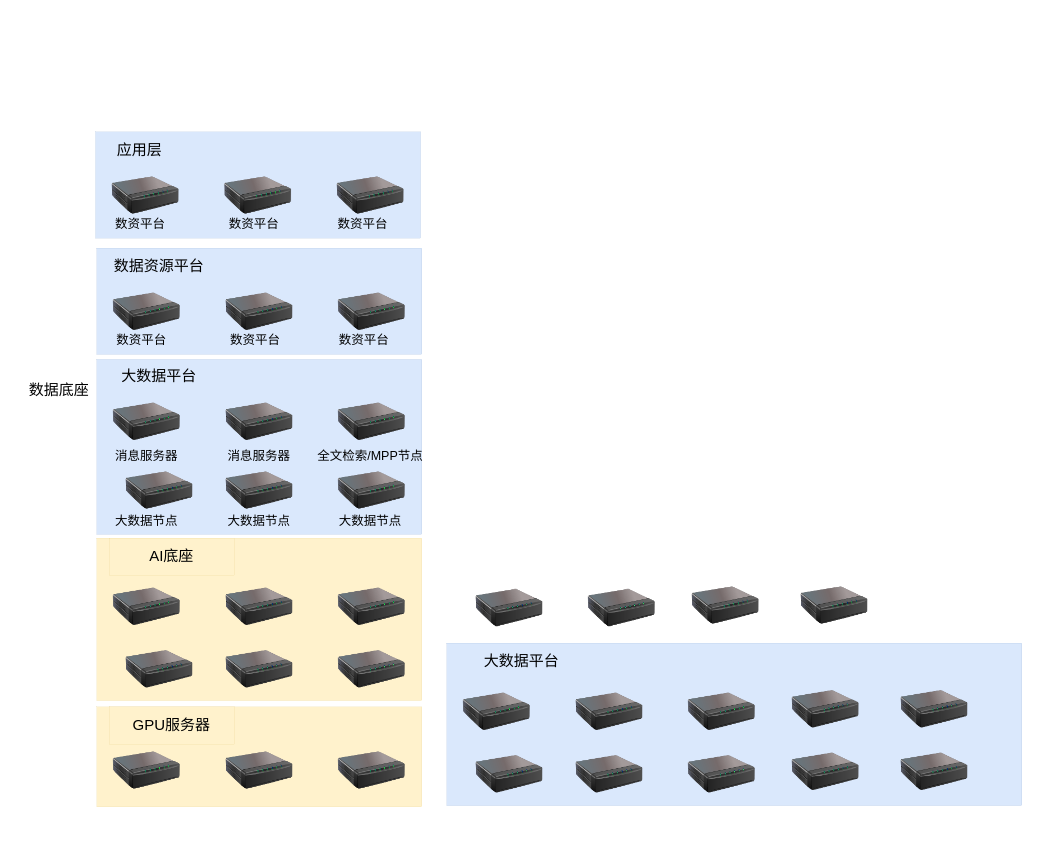
This is page "第 1 页" (1 of 5) of 20230326.drawio from bj-ehualu/drawio, a draw.io file, before an edit. Source tidied: cells renumbered, new cells numbered last; positions are measured from the earlier drawing's top-left corner, leaving out a move shared by most shapes. Both pictures are drawn from the tidied source at 125%, with x=0, y=0 at pixel (21, 131).
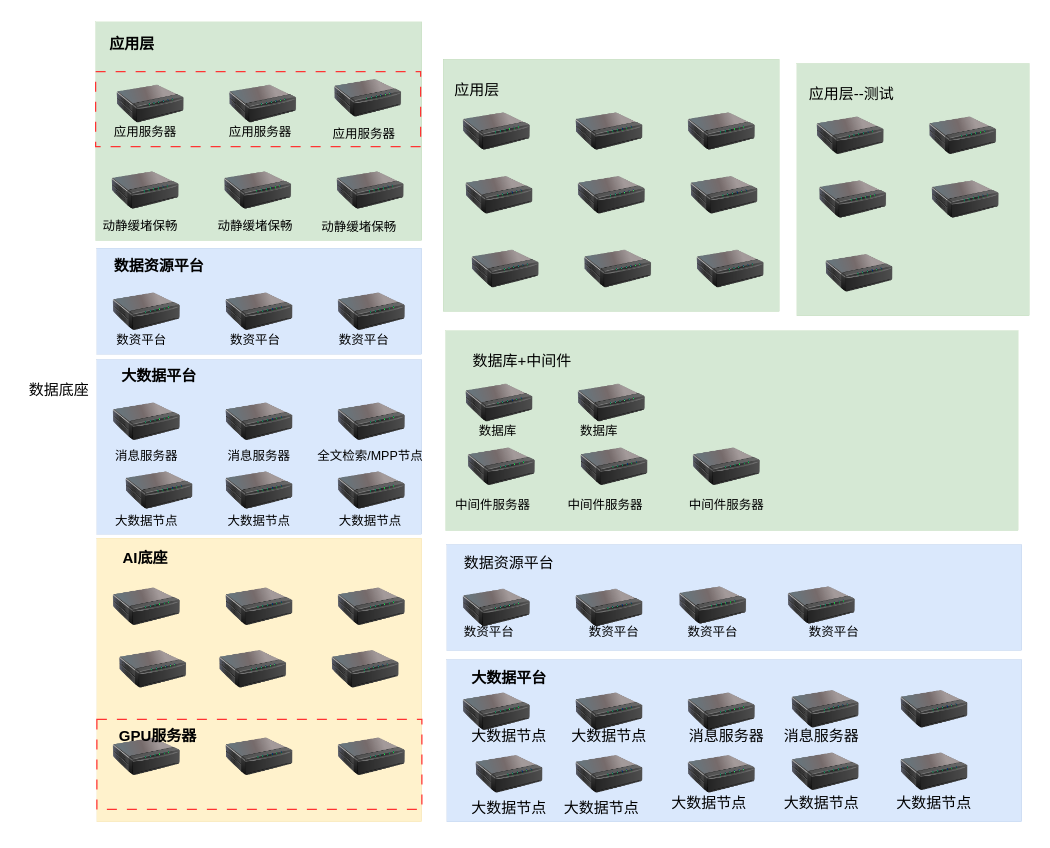
After the change.

What changed in the source:
```diff
@@
+    <mxCell id="16" style="rounded=0;whiteSpace=wrap;html=1;fillColor=#fff2cc;strokeColor=#d6b656;strokeWidth=0;" parent="1" vertex="1">
+      <mxGeometry x="60" y="325" width="260" height="227" as="geometry" />
+    </mxCell>
+    <mxCell id="54" style="rounded=0;whiteSpace=wrap;html=1;fillColor=#d5e8d4;strokeColor=#82b366;strokeWidth=0;" parent="1" vertex="1">
+      <mxGeometry x="59" y="-88" width="261" height="175" as="geometry" />
+    </mxCell>
+    <mxCell id="62" style="rounded=0;whiteSpace=wrap;html=1;dashed=1;dashPattern=8 8;strokeColor=#FF3333;fillColor=none;" parent="1" vertex="1">
+      <mxGeometry x="59" y="-48.2" width="260" height="60" as="geometry" />
+    </mxCell>
+    <mxCell id="63" style="rounded=0;whiteSpace=wrap;html=1;dashed=1;dashPattern=8 8;strokeColor=#FF3333;fillColor=none;" parent="1" vertex="1">
+      <mxGeometry x="60" y="470" width="260" height="72" as="geometry" />
+    </mxCell>
+    <mxCell id="64" style="rounded=0;whiteSpace=wrap;html=1;fillColor=#dae8fc;strokeColor=#6c8ebf;strokeWidth=0;" parent="1" vertex="1">
+      <mxGeometry x="340" y="330" width="460" height="85" as="geometry" />
+    </mxCell>
+    <mxCell id="65" value="数据资源平台" style="text;html=1;align=center;verticalAlign=middle;whiteSpace=wrap;rounded=0;" parent="1" vertex="1">
+      <mxGeometry x="340" y="330" width="100" height="30" as="geometry" />
+    </mxCell>
@@
-    <mxCell id="10" value="大数据平台" style="text;html=1;align=center;verticalAlign=middle;whiteSpace=wrap;rounded=0;" parent="1" vertex="1">
+    <mxCell id="10" value="大数据平台" style="text;html=1;align=center;verticalAlign=middle;whiteSpace=wrap;rounded=0;fontStyle=1;" parent="1" vertex="1">
       <mxGeometry x="60" y="181" width="100" height="30" as="geometry" />
     </mxCell>
@@
-    <mxCell id="15" value="数据资源平台" style="text;html=1;align=center;verticalAlign=middle;whiteSpace=wrap;rounded=0;" parent="1" vertex="1">
+    <mxCell id="15" value="数据资源平台" style="text;html=1;align=center;verticalAlign=middle;whiteSpace=wrap;rounded=0;fontStyle=1;" parent="1" vertex="1">
       <mxGeometry x="60" y="93" width="100" height="30" as="geometry" />
     </mxCell>
-    <mxCell id="16" style="rounded=0;whiteSpace=wrap;html=1;fillColor=#fff2cc;strokeColor=#d6b656;strokeWidth=0;" parent="1" vertex="1">
-      <mxGeometry x="60" y="325" width="260" height="130" as="geometry" />
-    </mxCell>
@@
     <mxCell id="20" style="image;html=1;image=img/lib/clip_art/networking/Print_Server_128x128.png;fillColor=#fff2cc;strokeColor=#d6b656;" parent="1" vertex="1">
-      <mxGeometry x="60" y="415" width="100" height="30" as="geometry" />
+      <mxGeometry x="55" y="415" width="100" height="30" as="geometry" />
     </mxCell>
     <mxCell id="21" style="image;html=1;image=img/lib/clip_art/networking/Print_Server_128x128.png;fillColor=#fff2cc;strokeColor=#d6b656;" parent="1" vertex="1">
-      <mxGeometry x="140" y="415" width="100" height="30" as="geometry" />
+      <mxGeometry x="135" y="415" width="100" height="30" as="geometry" />
     </mxCell>
     <mxCell id="22" style="image;html=1;image=img/lib/clip_art/networking/Print_Server_128x128.png;fillColor=#fff2cc;strokeColor=#d6b656;" parent="1" vertex="1">
-      <mxGeometry x="230" y="415" width="100" height="30" as="geometry" />
+      <mxGeometry x="225" y="415" width="100" height="30" as="geometry" />
     </mxCell>
-    <mxCell id="23" value="AI底座" style="text;html=1;align=center;verticalAlign=middle;whiteSpace=wrap;rounded=0;fillColor=#fff2cc;strokeColor=#d6b656;strokeWidth=0;" parent="1" vertex="1">
-      <mxGeometry x="70" y="325" width="100" height="30" as="geometry" />
+    <mxCell id="23" value="AI底座" style="text;html=1;align=center;verticalAlign=middle;whiteSpace=wrap;rounded=0;fillColor=none;strokeColor=none;strokeWidth=0;fontStyle=1;" parent="1" vertex="1">
+      <mxGeometry x="66" y="326" width="66" height="30" as="geometry" />
     </mxCell>
-    <mxCell id="24" style="rounded=0;whiteSpace=wrap;html=1;fillColor=#fff2cc;strokeColor=#d6b656;strokeWidth=0;" parent="1" vertex="1">
-      <mxGeometry x="60" y="460" width="260" height="80" as="geometry" />
-    </mxCell>
     <mxCell id="25" style="image;html=1;image=img/lib/clip_art/networking/Print_Server_128x128.png;fillColor=#fff2cc;strokeColor=#d6b656;" parent="1" vertex="1">
-      <mxGeometry x="50" y="496" width="100" height="30" as="geometry" />
+      <mxGeometry x="50" y="485" width="100" height="30" as="geometry" />
     </mxCell>
     <mxCell id="26" style="image;html=1;image=img/lib/clip_art/networking/Print_Server_128x128.png;fillColor=#fff2cc;strokeColor=#d6b656;" parent="1" vertex="1">
-      <mxGeometry x="140" y="496" width="100" height="30" as="geometry" />
+      <mxGeometry x="140" y="485" width="100" height="30" as="geometry" />
     </mxCell>
     <mxCell id="27" style="image;html=1;image=img/lib/clip_art/networking/Print_Server_128x128.png;fillColor=#fff2cc;strokeColor=#d6b656;" parent="1" vertex="1">
-      <mxGeometry x="230" y="496" width="100" height="30" as="geometry" />
+      <mxGeometry x="230" y="485" width="100" height="30" as="geometry" />
     </mxCell>
-    <mxCell id="28" value="GPU服务器" style="text;html=1;align=center;verticalAlign=middle;whiteSpace=wrap;rounded=0;fillColor=#fff2cc;strokeColor=#d6b656;strokeWidth=0;" parent="1" vertex="1">
-      <mxGeometry x="70" y="460" width="100" height="30" as="geometry" />
+    <mxCell id="28" value="GPU服务器" style="text;html=1;align=center;verticalAlign=middle;whiteSpace=wrap;rounded=0;fillColor=none;strokeColor=none;strokeWidth=0;fontStyle=1;" parent="1" vertex="1">
+      <mxGeometry x="59" y="469" width="100" height="30" as="geometry" />
     </mxCell>
     <mxCell id="29" style="rounded=0;whiteSpace=wrap;html=1;fillColor=#dae8fc;strokeColor=#6c8ebf;strokeWidth=0;" parent="1" vertex="1">
-      <mxGeometry x="340" y="409" width="460" height="130" as="geometry" />
+      <mxGeometry x="340" y="422" width="460" height="130" as="geometry" />
     </mxCell>
@@
-    <mxCell id="36" value="大数据平台" style="text;html=1;align=center;verticalAlign=middle;whiteSpace=wrap;rounded=0;" parent="1" vertex="1">
-      <mxGeometry x="350" y="409" width="100" height="30" as="geometry" />
+    <mxCell id="36" value="大数据平台" style="text;html=1;align=center;verticalAlign=middle;whiteSpace=wrap;rounded=0;fontStyle=1;" parent="1" vertex="1">
+      <mxGeometry x="340" y="422" width="100" height="30" as="geometry" />
     </mxCell>
@@
     <mxCell id="41" style="image;html=1;image=img/lib/clip_art/networking/Print_Server_128x128.png;" parent="1" vertex="1">
-      <mxGeometry x="340" y="366" width="100" height="30" as="geometry" />
+      <mxGeometry x="330" y="366" width="100" height="30" as="geometry" />
     </mxCell>
     <mxCell id="42" style="image;html=1;image=img/lib/clip_art/networking/Print_Server_128x128.png;" parent="1" vertex="1">
-      <mxGeometry x="430" y="366" width="100" height="30" as="geometry" />
+      <mxGeometry x="420" y="366" width="100" height="30" as="geometry" />
     </mxCell>
     <mxCell id="43" style="image;html=1;image=img/lib/clip_art/networking/Print_Server_128x128.png;" parent="1" vertex="1">
-      <mxGeometry x="513" y="364" width="100" height="30" as="geometry" />
+      <mxGeometry x="503" y="364" width="100" height="30" as="geometry" />
     </mxCell>
     <mxCell id="44" style="image;html=1;image=img/lib/clip_art/networking/Print_Server_128x128.png;" parent="1" vertex="1">
-      <mxGeometry x="600" y="364" width="100" height="30" as="geometry" />
+      <mxGeometry x="590" y="364" width="100" height="30" as="geometry" />
     </mxCell>
@@
-    <mxCell id="54" style="rounded=0;whiteSpace=wrap;html=1;fillColor=#dae8fc;strokeColor=#6c8ebf;strokeWidth=0;" parent="1" vertex="1">
-      <mxGeometry x="59" width="260" height="85" as="geometry" />
-    </mxCell>
-    <mxCell id="55" style="image;html=1;image=img/lib/clip_art/networking/Print_Server_128x128.png;" parent="1" vertex="1">
-      <mxGeometry x="49" y="36" width="100" height="30" as="geometry" />
+    <mxCell id="55" style="image;html=1;image=img/lib/clip_art/networking/Print_Server_128x128.png;fillColor=#d5e8d4;strokeColor=#82b366;" parent="1" vertex="1">
+      <mxGeometry x="49" y="32" width="100" height="30" as="geometry" />
     </mxCell>
-    <mxCell id="56" style="image;html=1;image=img/lib/clip_art/networking/Print_Server_128x128.png;" parent="1" vertex="1">
-      <mxGeometry x="139" y="36" width="100" height="30" as="geometry" />
+    <mxCell id="56" style="image;html=1;image=img/lib/clip_art/networking/Print_Server_128x128.png;fillColor=#d5e8d4;strokeColor=#82b366;" parent="1" vertex="1">
+      <mxGeometry x="139" y="32" width="100" height="30" as="geometry" />
     </mxCell>
-    <mxCell id="57" style="image;html=1;image=img/lib/clip_art/networking/Print_Server_128x128.png;" parent="1" vertex="1">
-      <mxGeometry x="229" y="36" width="100" height="30" as="geometry" />
+    <mxCell id="57" style="image;html=1;image=img/lib/clip_art/networking/Print_Server_128x128.png;fillColor=#d5e8d4;strokeColor=#82b366;" parent="1" vertex="1">
+      <mxGeometry x="229" y="32" width="100" height="30" as="geometry" />
     </mxCell>
-    <mxCell id="58" value="应用层" style="text;html=1;align=center;verticalAlign=middle;whiteSpace=wrap;rounded=0;" parent="1" vertex="1">
-      <mxGeometry x="59" width="71" height="30" as="geometry" />
+    <mxCell id="58" value="应用层" style="text;html=1;align=center;verticalAlign=middle;whiteSpace=wrap;rounded=0;fillColor=none;strokeColor=none;fontStyle=1;" parent="1" vertex="1">
+      <mxGeometry x="53" y="-84.8" width="71" height="30" as="geometry" />
     </mxCell>
-    <mxCell id="59" value="数资平台" style="text;html=1;align=center;verticalAlign=middle;whiteSpace=wrap;rounded=0;fontSize=10;" parent="1" vertex="1">
-      <mxGeometry x="45" y="58" width="100" height="30" as="geometry" />
+    <mxCell id="59" value="动静缓堵保畅" style="text;html=1;align=center;verticalAlign=middle;whiteSpace=wrap;rounded=0;fontSize=10;fillColor=none;strokeColor=none;" parent="1" vertex="1">
+      <mxGeometry x="45" y="60" width="100" height="30" as="geometry" />
     </mxCell>
-    <mxCell id="60" value="数资平台" style="text;html=1;align=center;verticalAlign=middle;whiteSpace=wrap;rounded=0;fontSize=10;" parent="1" vertex="1">
-      <mxGeometry x="136" y="58" width="100" height="30" as="geometry" />
-    </mxCell>
-    <mxCell id="61" value="数资平台" style="text;html=1;align=center;verticalAlign=middle;whiteSpace=wrap;rounded=0;fontSize=10;" parent="1" vertex="1">
-      <mxGeometry x="223" y="58" width="100" height="30" as="geometry" />
-    </mxCell>
+    <mxCell id="66" value="动静缓堵保畅" style="text;html=1;align=center;verticalAlign=middle;whiteSpace=wrap;rounded=0;fontSize=10;fillColor=none;strokeColor=none;" parent="1" vertex="1">
+      <mxGeometry x="137" y="60" width="100" height="30" as="geometry" />
+    </mxCell>
+    <mxCell id="67" value="动静缓堵保畅" style="text;html=1;align=center;verticalAlign=middle;whiteSpace=wrap;rounded=0;fontSize=10;fillColor=none;strokeColor=none;" parent="1" vertex="1">
+      <mxGeometry x="220" y="60" width="100" height="32" as="geometry" />
+    </mxCell>
+    <mxCell id="68" value="大数据节点" style="text;html=1;align=center;verticalAlign=middle;whiteSpace=wrap;rounded=0;" parent="1" vertex="1">
+      <mxGeometry x="340" y="469" width="100" height="30" as="geometry" />
+    </mxCell>
+    <mxCell id="69" value="大数据节点" style="text;html=1;align=center;verticalAlign=middle;whiteSpace=wrap;rounded=0;" parent="1" vertex="1">
+      <mxGeometry x="340" y="526" width="100" height="30" as="geometry" />
+    </mxCell>
+    <mxCell id="70" value="大数据节点" style="text;html=1;align=center;verticalAlign=middle;whiteSpace=wrap;rounded=0;" parent="1" vertex="1">
+      <mxGeometry x="414" y="526" width="100" height="30" as="geometry" />
+    </mxCell>
+    <mxCell id="71" value="大数据节点" style="text;html=1;align=center;verticalAlign=middle;whiteSpace=wrap;rounded=0;" parent="1" vertex="1">
+      <mxGeometry x="500" y="522" width="100" height="30" as="geometry" />
+    </mxCell>
+    <mxCell id="72" value="大数据节点" style="text;html=1;align=center;verticalAlign=middle;whiteSpace=wrap;rounded=0;" parent="1" vertex="1">
+      <mxGeometry x="590" y="522" width="100" height="30" as="geometry" />
+    </mxCell>
+    <mxCell id="73" value="大数据节点" style="text;html=1;align=center;verticalAlign=middle;whiteSpace=wrap;rounded=0;" parent="1" vertex="1">
+      <mxGeometry x="680" y="522" width="100" height="30" as="geometry" />
+    </mxCell>
+    <mxCell id="74" value="大数据节点" style="text;html=1;align=center;verticalAlign=middle;whiteSpace=wrap;rounded=0;" parent="1" vertex="1">
+      <mxGeometry x="420" y="469" width="100" height="30" as="geometry" />
+    </mxCell>
+    <mxCell id="75" value="消息服务器" style="text;html=1;align=center;verticalAlign=middle;whiteSpace=wrap;rounded=0;" parent="1" vertex="1">
+      <mxGeometry x="514" y="469" width="100" height="30" as="geometry" />
+    </mxCell>
+    <mxCell id="76" value="消息服务器" style="text;html=1;align=center;verticalAlign=middle;whiteSpace=wrap;rounded=0;" parent="1" vertex="1">
+      <mxGeometry x="590" y="469" width="100" height="30" as="geometry" />
+    </mxCell>
+    <mxCell id="77" style="rounded=0;whiteSpace=wrap;html=1;fillColor=#d5e8d4;strokeColor=#82b366;strokeWidth=0;" parent="1" vertex="1">
+      <mxGeometry x="337" y="-58.2" width="269" height="202" as="geometry" />
+    </mxCell>
+    <mxCell id="78" style="image;html=1;image=img/lib/clip_art/networking/Print_Server_128x128.png;fillColor=#d5e8d4;strokeColor=#82b366;" parent="1" vertex="1">
+      <mxGeometry x="330" y="-15.2" width="100" height="30" as="geometry" />
+    </mxCell>
+    <mxCell id="79" style="image;html=1;image=img/lib/clip_art/networking/Print_Server_128x128.png;fillColor=#d5e8d4;strokeColor=#82b366;" parent="1" vertex="1">
+      <mxGeometry x="420" y="-15.2" width="100" height="30" as="geometry" />
+    </mxCell>
+    <mxCell id="80" style="image;html=1;image=img/lib/clip_art/networking/Print_Server_128x128.png;fillColor=#d5e8d4;strokeColor=#82b366;" parent="1" vertex="1">
+      <mxGeometry x="510" y="-15.2" width="100" height="30" as="geometry" />
+    </mxCell>
+    <mxCell id="81" value="应用层" style="text;html=1;align=center;verticalAlign=middle;whiteSpace=wrap;rounded=0;fillColor=none;strokeColor=none;" parent="1" vertex="1">
+      <mxGeometry x="329" y="-48.2" width="71" height="30" as="geometry" />
+    </mxCell>
+    <mxCell id="82" style="image;html=1;image=img/lib/clip_art/networking/Print_Server_128x128.png;fillColor=#d5e8d4;strokeColor=#82b366;" parent="1" vertex="1">
+      <mxGeometry x="332" y="35.8" width="100" height="30" as="geometry" />
+    </mxCell>
+    <mxCell id="83" style="image;html=1;image=img/lib/clip_art/networking/Print_Server_128x128.png;fillColor=#d5e8d4;strokeColor=#82b366;" parent="1" vertex="1">
+      <mxGeometry x="422" y="35.8" width="100" height="30" as="geometry" />
+    </mxCell>
+    <mxCell id="84" style="image;html=1;image=img/lib/clip_art/networking/Print_Server_128x128.png;fillColor=#d5e8d4;strokeColor=#82b366;" parent="1" vertex="1">
+      <mxGeometry x="512" y="35.8" width="100" height="30" as="geometry" />
+    </mxCell>
+    <mxCell id="85" value="数资平台" style="text;html=1;align=center;verticalAlign=middle;whiteSpace=wrap;rounded=0;fontSize=10;" parent="1" vertex="1">
+      <mxGeometry x="324" y="385" width="100" height="30" as="geometry" />
+    </mxCell>
+    <mxCell id="86" value="数资平台" style="text;html=1;align=center;verticalAlign=middle;whiteSpace=wrap;rounded=0;fontSize=10;" parent="1" vertex="1">
+      <mxGeometry x="424" y="385" width="100" height="30" as="geometry" />
+    </mxCell>
+    <mxCell id="87" value="数资平台" style="text;html=1;align=center;verticalAlign=middle;whiteSpace=wrap;rounded=0;fontSize=10;" parent="1" vertex="1">
+      <mxGeometry x="503" y="385" width="100" height="30" as="geometry" />
+    </mxCell>
+    <mxCell id="88" value="数资平台" style="text;html=1;align=center;verticalAlign=middle;whiteSpace=wrap;rounded=0;fontSize=10;" parent="1" vertex="1">
+      <mxGeometry x="600" y="385" width="100" height="30" as="geometry" />
+    </mxCell>
+    <mxCell id="89" style="image;html=1;image=img/lib/clip_art/networking/Print_Server_128x128.png;fillColor=#d5e8d4;strokeColor=#82b366;" parent="1" vertex="1">
+      <mxGeometry x="337" y="94.8" width="100" height="30" as="geometry" />
+    </mxCell>
+    <mxCell id="90" style="image;html=1;image=img/lib/clip_art/networking/Print_Server_128x128.png;fillColor=#d5e8d4;strokeColor=#82b366;" parent="1" vertex="1">
+      <mxGeometry x="427" y="94.8" width="100" height="30" as="geometry" />
+    </mxCell>
+    <mxCell id="91" style="image;html=1;image=img/lib/clip_art/networking/Print_Server_128x128.png;fillColor=#d5e8d4;strokeColor=#82b366;" parent="1" vertex="1">
+      <mxGeometry x="517" y="94.8" width="100" height="30" as="geometry" />
+    </mxCell>
+    <mxCell id="92" style="rounded=0;whiteSpace=wrap;html=1;fillColor=#d5e8d4;strokeColor=#82b366;strokeWidth=0;" parent="1" vertex="1">
+      <mxGeometry x="620" y="-54.8" width="186" height="202" as="geometry" />
+    </mxCell>
+    <mxCell id="93" style="image;html=1;image=img/lib/clip_art/networking/Print_Server_128x128.png;fillColor=#d5e8d4;strokeColor=#82b366;" parent="1" vertex="1">
+      <mxGeometry x="613" y="-11.8" width="100" height="30" as="geometry" />
+    </mxCell>
+    <mxCell id="94" style="image;html=1;image=img/lib/clip_art/networking/Print_Server_128x128.png;fillColor=#d5e8d4;strokeColor=#82b366;" parent="1" vertex="1">
+      <mxGeometry x="703" y="-11.8" width="100" height="30" as="geometry" />
+    </mxCell>
+    <mxCell id="95" value="应用层--测试" style="text;html=1;align=center;verticalAlign=middle;whiteSpace=wrap;rounded=0;fillColor=none;strokeColor=none;" parent="1" vertex="1">
+      <mxGeometry x="612" y="-44.8" width="104" height="30" as="geometry" />
+    </mxCell>
+    <mxCell id="96" style="image;html=1;image=img/lib/clip_art/networking/Print_Server_128x128.png;fillColor=#d5e8d4;strokeColor=#82b366;" parent="1" vertex="1">
+      <mxGeometry x="615" y="39.2" width="100" height="30" as="geometry" />
+    </mxCell>
+    <mxCell id="97" style="image;html=1;image=img/lib/clip_art/networking/Print_Server_128x128.png;fillColor=#d5e8d4;strokeColor=#82b366;" parent="1" vertex="1">
+      <mxGeometry x="705" y="39.2" width="100" height="30" as="geometry" />
+    </mxCell>
+    <mxCell id="98" style="image;html=1;image=img/lib/clip_art/networking/Print_Server_128x128.png;fillColor=#d5e8d4;strokeColor=#82b366;" parent="1" vertex="1">
+      <mxGeometry x="620" y="98.2" width="100" height="30" as="geometry" />
+    </mxCell>
+    <mxCell id="99" style="rounded=0;whiteSpace=wrap;html=1;fillColor=#d5e8d4;strokeColor=#82b366;strokeWidth=0;" parent="1" vertex="1">
+      <mxGeometry x="339" y="159" width="458" height="160" as="geometry" />
+    </mxCell>
+    <mxCell id="100" style="image;html=1;image=img/lib/clip_art/networking/Print_Server_128x128.png;fillColor=#d5e8d4;strokeColor=#82b366;" parent="1" vertex="1">
+      <mxGeometry x="332" y="202" width="100" height="30" as="geometry" />
+    </mxCell>
+    <mxCell id="101" style="image;html=1;image=img/lib/clip_art/networking/Print_Server_128x128.png;fillColor=#d5e8d4;strokeColor=#82b366;" parent="1" vertex="1">
+      <mxGeometry x="422" y="202" width="100" height="30" as="geometry" />
+    </mxCell>
+    <mxCell id="102" value="数据库+中间件" style="text;html=1;align=center;verticalAlign=middle;whiteSpace=wrap;rounded=0;fillColor=none;strokeColor=none;" parent="1" vertex="1">
+      <mxGeometry x="331" y="169" width="139" height="30" as="geometry" />
+    </mxCell>
+    <mxCell id="103" style="image;html=1;image=img/lib/clip_art/networking/Print_Server_128x128.png;fillColor=#d5e8d4;strokeColor=#82b366;" parent="1" vertex="1">
+      <mxGeometry x="334" y="253" width="100" height="30" as="geometry" />
+    </mxCell>
+    <mxCell id="104" style="image;html=1;image=img/lib/clip_art/networking/Print_Server_128x128.png;fillColor=#d5e8d4;strokeColor=#82b366;" parent="1" vertex="1">
+      <mxGeometry x="424" y="253" width="100" height="30" as="geometry" />
+    </mxCell>
+    <mxCell id="105" style="image;html=1;image=img/lib/clip_art/networking/Print_Server_128x128.png;fillColor=#d5e8d4;strokeColor=#82b366;" parent="1" vertex="1">
+      <mxGeometry x="514" y="253" width="100" height="30" as="geometry" />
+    </mxCell>
+    <mxCell id="106" value="数据库" style="text;html=1;align=center;verticalAlign=middle;whiteSpace=wrap;rounded=0;fontSize=10;" parent="1" vertex="1">
+      <mxGeometry x="331" y="224" width="100" height="30" as="geometry" />
+    </mxCell>
+    <mxCell id="107" value="数据库" style="text;html=1;align=center;verticalAlign=middle;whiteSpace=wrap;rounded=0;fontSize=10;" parent="1" vertex="1">
+      <mxGeometry x="412" y="224" width="100" height="30" as="geometry" />
+    </mxCell>
+    <mxCell id="108" value="中间件服务器" style="text;html=1;align=center;verticalAlign=middle;whiteSpace=wrap;rounded=0;fontSize=10;" parent="1" vertex="1">
+      <mxGeometry x="327" y="283" width="100" height="30" as="geometry" />
+    </mxCell>
+    <mxCell id="109" value="中间件服务器" style="text;html=1;align=center;verticalAlign=middle;whiteSpace=wrap;rounded=0;fontSize=10;" parent="1" vertex="1">
+      <mxGeometry x="417" y="283" width="100" height="30" as="geometry" />
+    </mxCell>
+    <mxCell id="110" value="中间件服务器" style="text;html=1;align=center;verticalAlign=middle;whiteSpace=wrap;rounded=0;fontSize=10;" parent="1" vertex="1">
+      <mxGeometry x="514" y="283" width="100" height="30" as="geometry" />
+    </mxCell>
+    <mxCell id="111" style="image;html=1;image=img/lib/clip_art/networking/Print_Server_128x128.png;fillColor=#d5e8d4;strokeColor=#82b366;" parent="1" vertex="1">
+      <mxGeometry x="53" y="-37.2" width="100" height="30" as="geometry" />
+    </mxCell>
+    <mxCell id="112" style="image;html=1;image=img/lib/clip_art/networking/Print_Server_128x128.png;fillColor=#d5e8d4;strokeColor=#82b366;" parent="1" vertex="1">
+      <mxGeometry x="143" y="-37.2" width="100" height="30" as="geometry" />
+    </mxCell>
+    <mxCell id="113" value="应用服务器" style="text;html=1;align=center;verticalAlign=middle;whiteSpace=wrap;rounded=0;fontSize=10;fillColor=none;strokeColor=none;" parent="1" vertex="1">
+      <mxGeometry x="141" y="-15.2" width="100" height="30" as="geometry" />
+    </mxCell>
+    <mxCell id="114" value="应用服务器" style="text;html=1;align=center;verticalAlign=middle;whiteSpace=wrap;rounded=0;fontSize=10;fillColor=none;strokeColor=none;" parent="1" vertex="1">
+      <mxGeometry x="224" y="-15.2" width="100" height="32" as="geometry" />
+    </mxCell>
+    <mxCell id="115" style="image;html=1;image=img/lib/clip_art/networking/Print_Server_128x128.png;fillColor=#d5e8d4;strokeColor=#82b366;" parent="1" vertex="1">
+      <mxGeometry x="227" y="-41.8" width="100" height="30" as="geometry" />
+    </mxCell>
+    <mxCell id="116" value="应用服务器" style="text;html=1;align=center;verticalAlign=middle;whiteSpace=wrap;rounded=0;fontSize=10;fillColor=none;strokeColor=none;" parent="1" vertex="1">
+      <mxGeometry x="49" y="-15.2" width="100" height="30" as="geometry" />
+    </mxCell>
```
